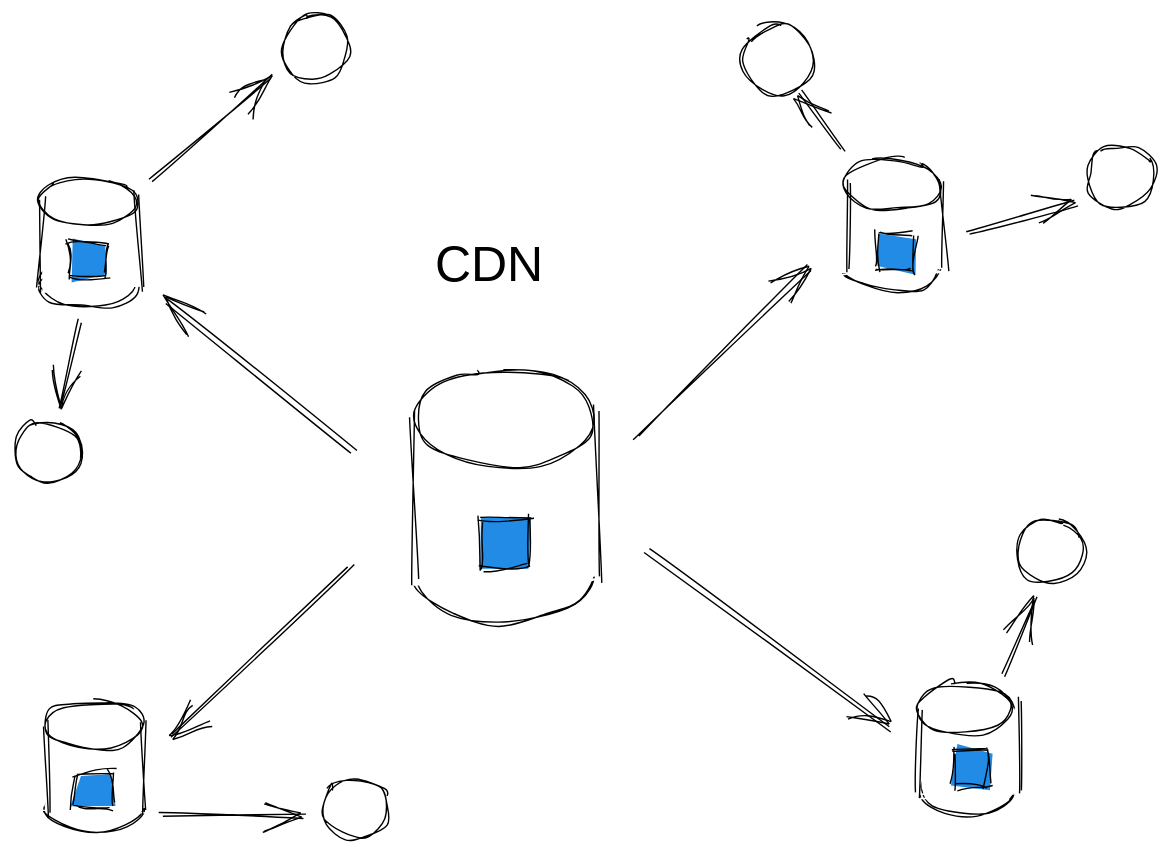
Before: async-work/images/cdn.svg, a diagram exported from Excalidraw (sinedied/talks). Source tidied: one line per element, renumbered; positions are measured from the earlier drawing's top-left corner, leaving out a move shared by most shapes.
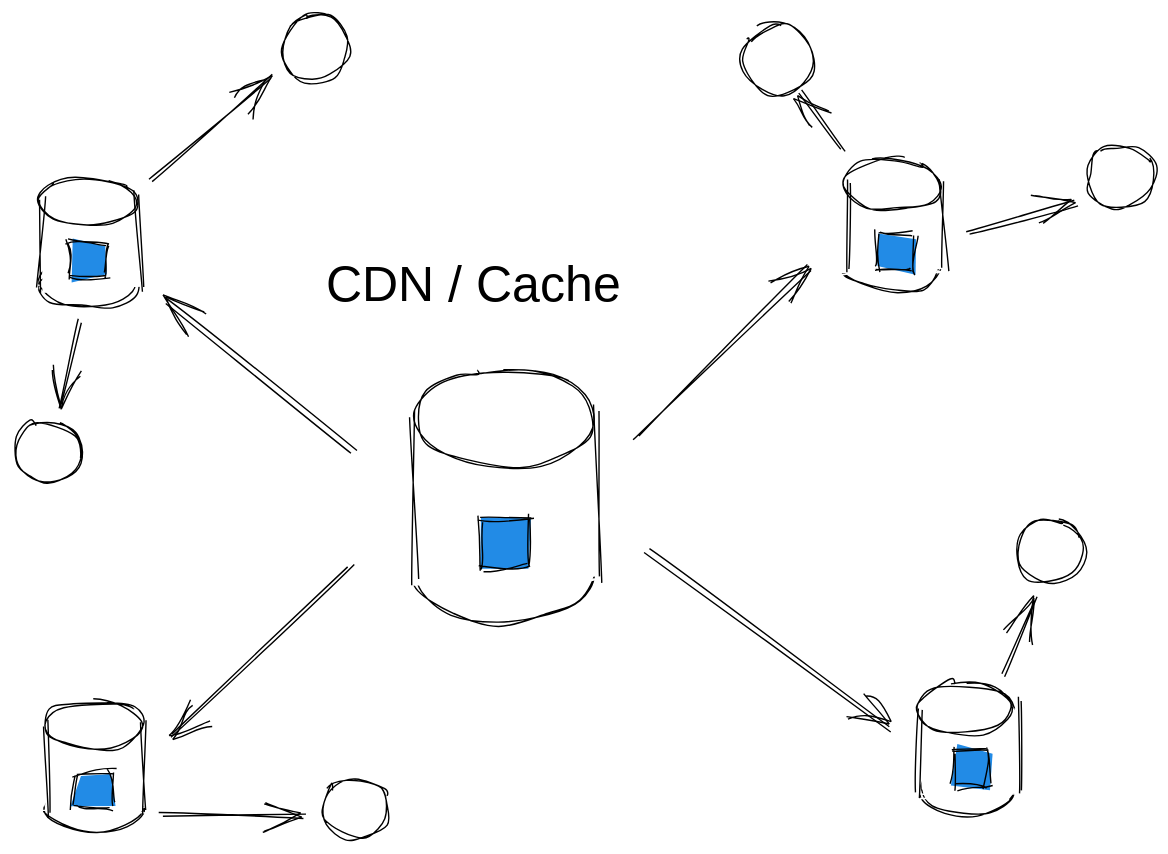
The same file after the commit.

Change to the diagram source:
```diff
@@ -44,4 +44,4 @@
 {"id": 43, "type": "arrow", "strokeColor": "#000000", "strokeWidth": 1, "roughness": 2, "from": 14, "to": 37, "x": 705, "y": 473, "width": 25, "height": 55, "points": [[0, 0], [25, -55]]}
 {"id": 44, "type": "arrow", "strokeColor": "#000000", "strokeWidth": 1, "roughness": 2, "from": 26, "to": 39, "x": 106, "y": 573, "width": 102, "height": 1, "points": [[0, 0], [102, -1]]}
 {"id": 45, "type": "arrow", "strokeColor": "#000000", "strokeWidth": 1, "roughness": 2, "from": 20, "to": 38, "x": 46, "y": 221, "width": 14, "height": 59, "points": [[0, 0], [-14, 59]]}
-{"id": 46, "type": "text", "text": "CDN", "strokeColor": "#000000", "strokeWidth": 1, "roughness": 2, "fontSize": 36, "fontFamily": 1, "x": 301, "y": 159, "width": 87, "height": 45}
+{"id": 46, "type": "text", "text": "CDN / Cache", "strokeColor": "#000000", "strokeWidth": 1, "roughness": 2, "fontSize": 36, "fontFamily": 1, "x": 223, "y": 173, "width": 249, "height": 45}
```
